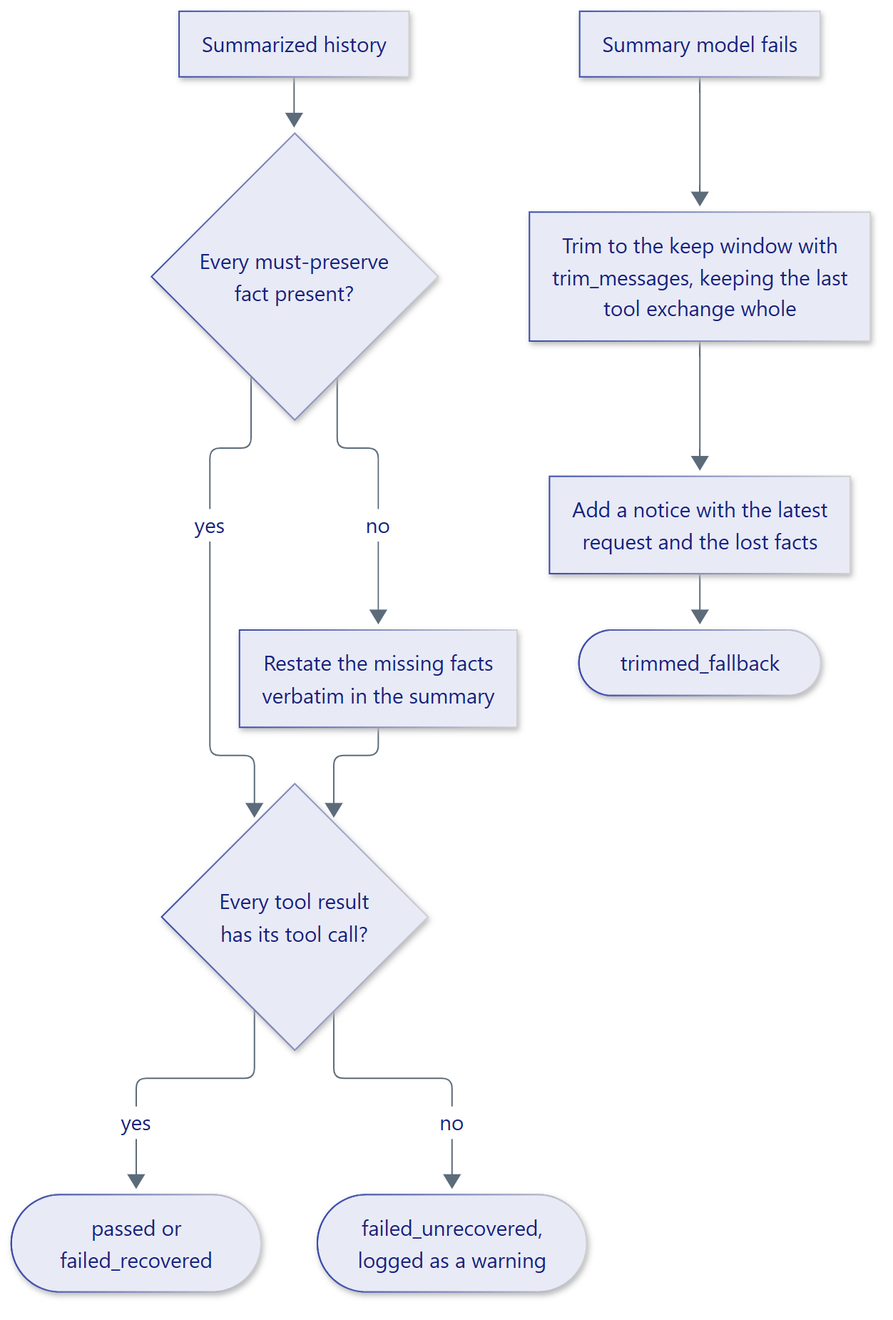
Earlier version of the Mermaid export docs/assets/diagrams/validation-recovery.png (smuniharish/contextsage). Its source is kept beside it as diagrams/validation-recovery.mmd. The source it was exported from:
```mermaid
flowchart TB
    summary["Summarized history"] --> facts{"Every must-preserve<br/>fact present?"}
    facts -- yes --> pairs{"Every tool result<br/>has its tool call?"}
    facts -- no --> restate["Restate the missing facts<br/>verbatim in the summary"]
    restate --> pairs
    pairs -- yes --> valid(["passed or<br/>failed_recovered"])
    pairs -- no --> orphaned(["failed_unrecovered,<br/>logged as a warning"])
    failure["Summary model fails"] --> trim["Trim to the keep window with<br/>trim_messages, keeping the last<br/>tool exchange whole"]
    trim --> notice["Add a notice with the latest<br/>request and the lost facts"]
    notice --> fallback(["trimmed_fallback"])
```
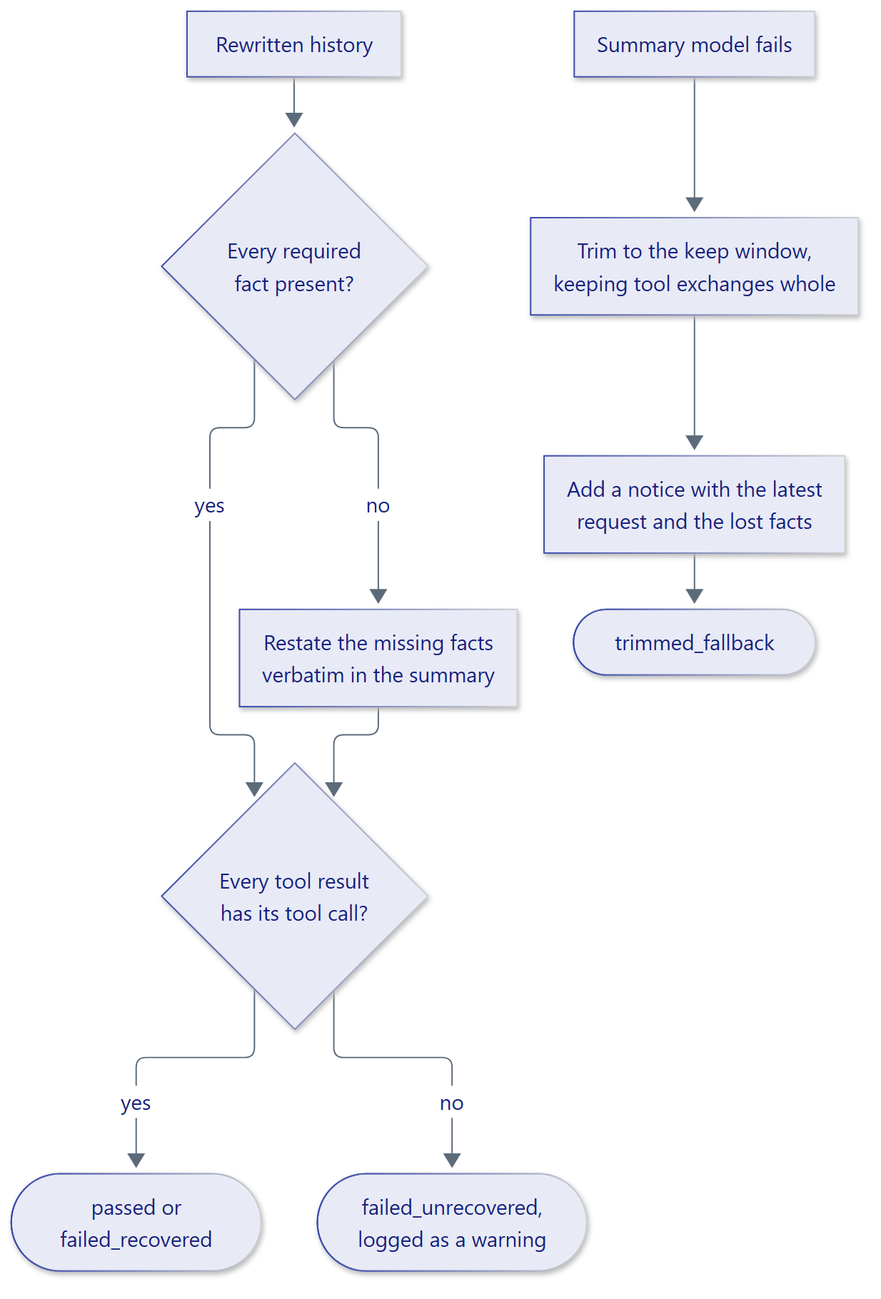
Above is the later version.

Diff of the diagram source:
```diff
@@ -1,10 +1,10 @@
 flowchart TB
-    summary["Summarized history"] --> facts{"Every must-preserve<br/>fact present?"}
+    summary["Rewritten history"] --> facts{"Every required<br/>fact present?"}
     facts -- yes --> pairs{"Every tool result<br/>has its tool call?"}
     facts -- no --> restate["Restate the missing facts<br/>verbatim in the summary"]
     restate --> pairs
     pairs -- yes --> valid(["passed or<br/>failed_recovered"])
     pairs -- no --> orphaned(["failed_unrecovered,<br/>logged as a warning"])
-    failure["Summary model fails"] --> trim["Trim to the keep window with<br/>trim_messages, keeping the last<br/>tool exchange whole"]
+    failure["Summary model fails"] --> trim["Trim to the keep window,<br/>keeping tool exchanges whole"]
     trim --> notice["Add a notice with the latest<br/>request and the lost facts"]
     notice --> fallback(["trimmed_fallback"])
```
